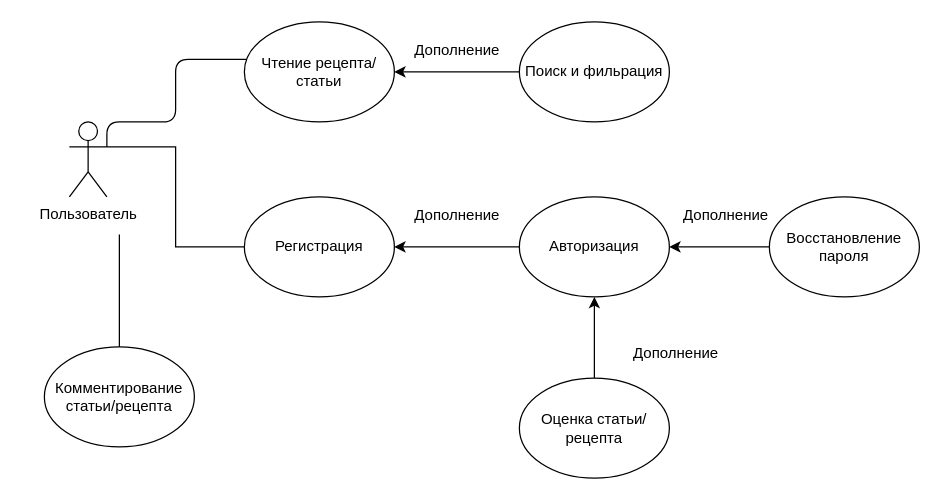
The draw.io diagram Untitled Diagram.drawio in Vaskozlov/Lectures, before the edit. Source tidied: cells renumbered, new cells numbered last; positions are measured from the earlier drawing's top-left corner, leaving out a move shared by most shapes. Both pictures are drawn from the tidied source at 125%, with x=0, y=0 at pixel (44, 21).
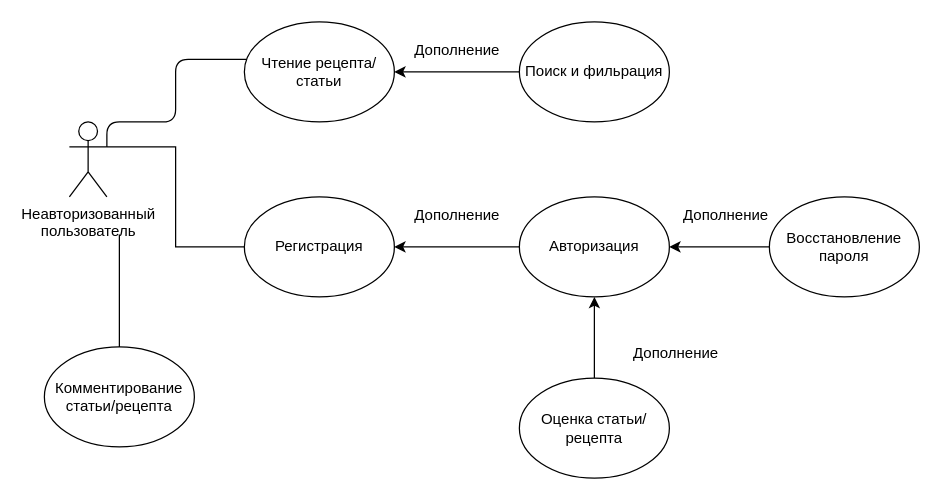
After the change.

Diff of the diagram source:
```diff
@@
-    <mxCell id="2" value="Пользователь" style="shape=umlActor;verticalLabelPosition=bottom;verticalAlign=top;html=1;outlineConnect=0;" parent="1" vertex="1">
+    <mxCell id="2" value="Неавторизованный&lt;br&gt;&lt;div&gt;пользователь&lt;/div&gt;" style="shape=umlActor;verticalLabelPosition=bottom;verticalAlign=top;html=1;outlineConnect=0;" parent="1" vertex="1">
       <mxGeometry x="20" y="80" width="30" height="60" as="geometry" />
     </mxCell>
```
